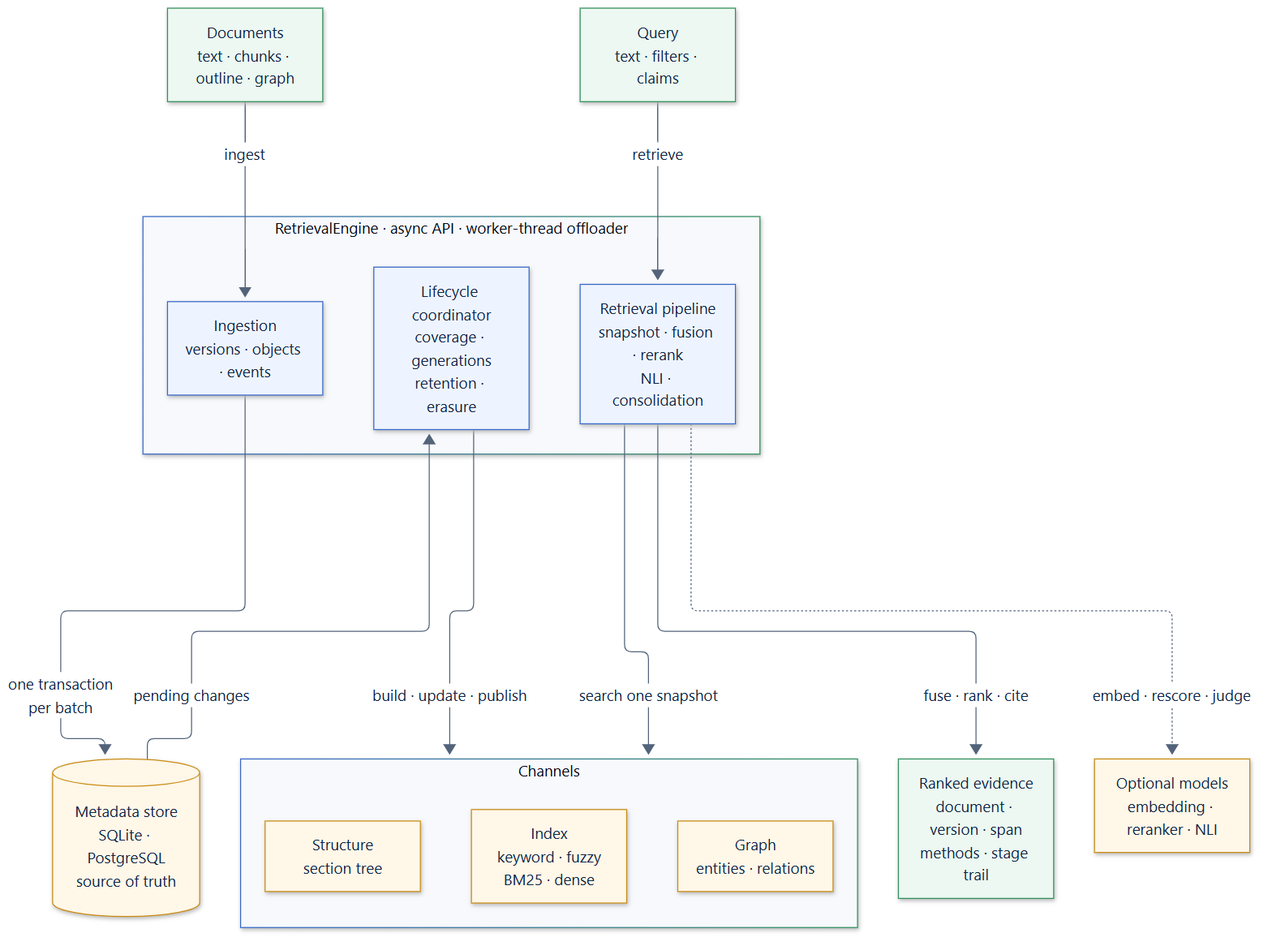
Above: docs/assets/diagrams/architecture-overview.png in smuniharish/retrievalloom (Mermaid), before the change. Its source is kept beside it as diagrams/architecture-overview.mmd.
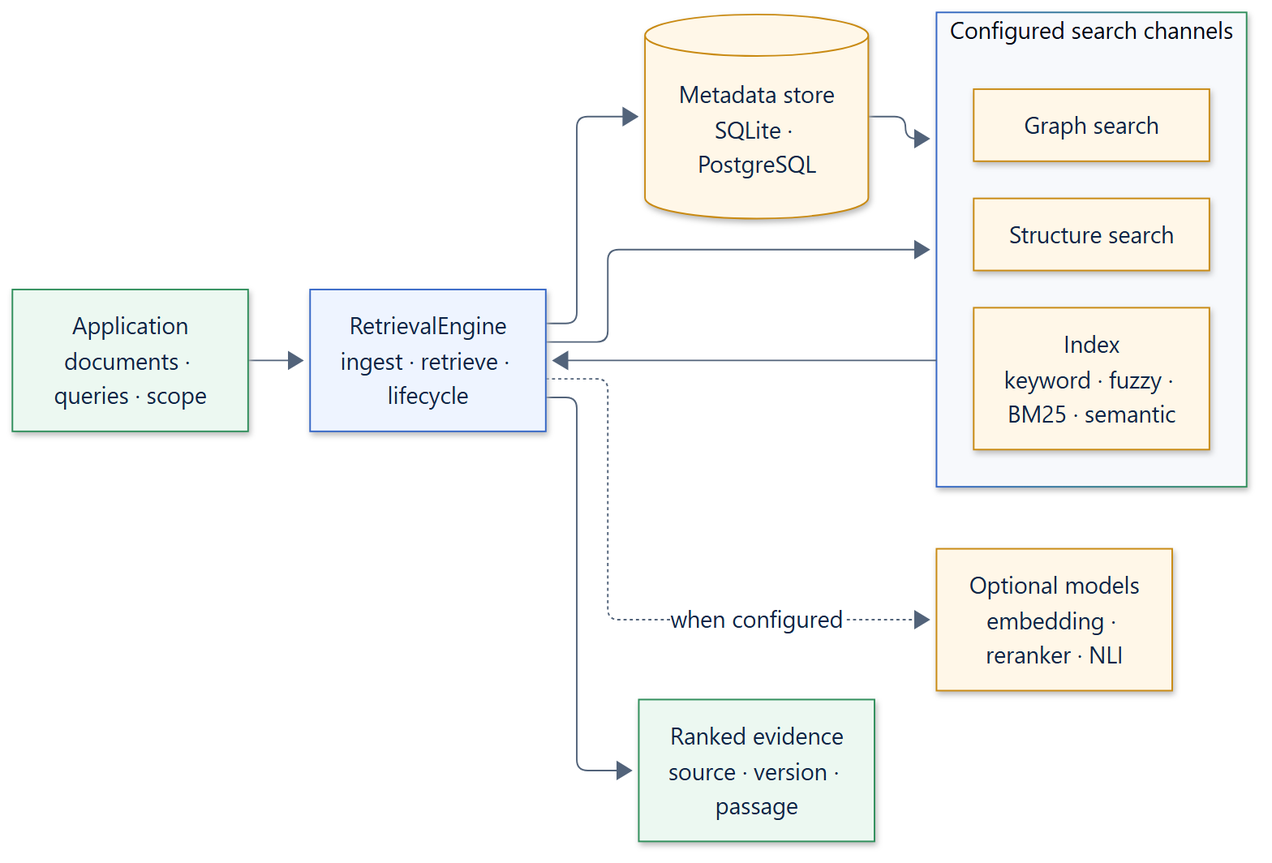
Later version of the same file.

Change to the diagram source:
```diff
@@ -1,35 +1,27 @@
-flowchart TB
+flowchart LR
     classDef app fill:#ecf8f1,stroke:#2f8f5b,color:#0f2547
     classDef core fill:#eef4ff,stroke:#3567c7,color:#0f2547
     classDef provider fill:#fff7e8,stroke:#c98a12,color:#0f2547
 
-    documents["Documents<br/>text · chunks · outline · graph"]:::app
-    query["Query<br/>text · filters · claims"]:::app
+    app["Application<br/>documents · queries · scope"]:::app
 
-    subgraph Engine["RetrievalEngine · async API · worker-thread offloader"]
+    engine["RetrievalEngine<br/>ingest · retrieve · lifecycle"]:::core
+    store[("Metadata store<br/>SQLite · PostgreSQL")]:::provider
+
+    subgraph Channels["Configured search channels"]
         direction LR
-        ingestion["Ingestion<br/>versions · objects · events"]:::core
-        lifecycle["Lifecycle coordinator<br/>coverage · generations<br/>retention · erasure"]:::core
-        pipeline["Retrieval pipeline<br/>snapshot · fusion · rerank<br/>NLI · consolidation"]:::core
-    end
-
-    store[("Metadata store<br/>SQLite · PostgreSQL<br/>source of truth")]:::provider
-
-    subgraph Channels["Channels"]
-        direction LR
-        index["Index<br/>keyword · fuzzy<br/>BM25 · dense"]:::provider
-        graphch["Graph<br/>entities · relations"]:::provider
-        structure["Structure<br/>section tree"]:::provider
+        index["Index<br/>keyword · fuzzy · BM25 · semantic"]:::provider
+        graphch["Graph search"]:::provider
+        structure["Structure search"]:::provider
     end
 
     models["Optional models<br/>embedding · reranker · NLI"]:::provider
-    evidence["Ranked evidence<br/>document · version · span<br/>methods · stage trail"]:::app
+    evidence["Ranked evidence<br/>source · version · passage"]:::app
 
-    documents -- "ingest" --> ingestion
-    query -- "retrieve" --> pipeline
-    ingestion -- "one transaction<br/>per batch" --> store
-    store -- "pending changes" --> lifecycle
-    lifecycle -- "build · update · publish" --> Channels
-    pipeline -- "search one snapshot" --> Channels
-    pipeline -. "embed · rescore · judge" .-> models
-    pipeline -- "fuse · rank · cite" --> evidence
+    app --> engine
+    engine --> store
+    store --> Channels
+    engine --> Channels
+    engine -. "when configured" .-> models
+    Channels --> engine
+    engine --> evidence
```
